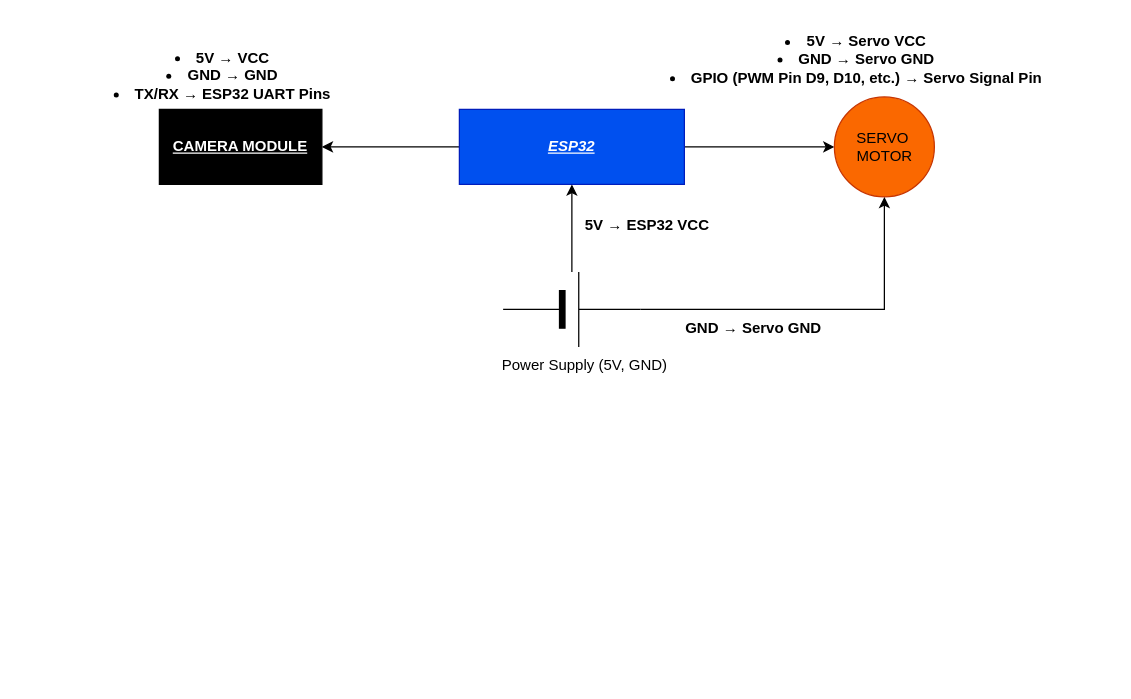
This is ROUGHCIRCUITDIAGRAM.drawio from CreatorDiv1312/Strawberry, a draw.io file, before an edit. Source tidied: cells renumbered, new cells numbered last; positions are measured from the earlier drawing's top-left corner, leaving out a move shared by most shapes. Both pictures are drawn from the tidied source at 125%, with x=0, y=0 at pixel (96, 21).
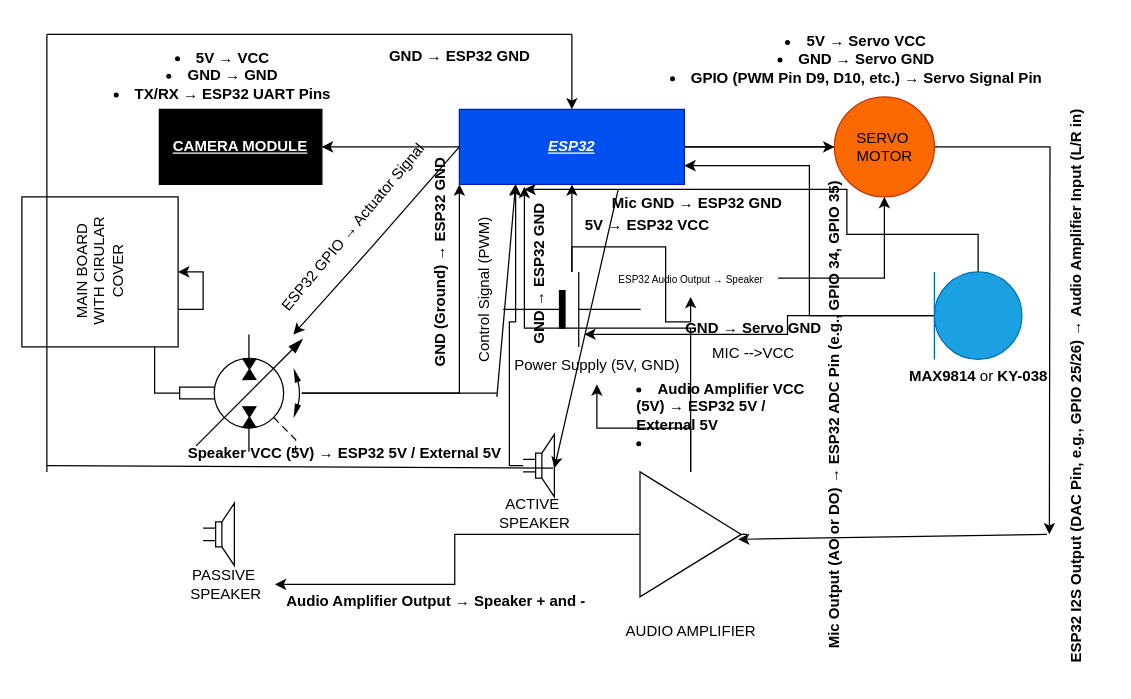
The same diagram, later.

The change refers to these unchanged cells:
```xml
<mxCell id="4" value="ESP32" style="rounded=0;whiteSpace=wrap;html=1;fillColor=#0050ef;strokeColor=#001DBC;fontColor=#ffffff;fontStyle=7;" parent="1" vertex="1">
  <mxGeometry x="290" y="70" width="180" height="60" as="geometry" />
</mxCell>
<mxCell id="6" value="SERVO&amp;nbsp;&lt;div&gt;MOTOR&lt;/div&gt;" style="verticalLabelPosition=middle;shadow=0;dashed=0;align=center;html=1;verticalAlign=middle;strokeWidth=1;shape=ellipse;fontSize=12;fillColor=#fa6800;fontColor=#000000;strokeColor=#C73500;" parent="1" vertex="1">
  <mxGeometry x="590" y="60" width="80" height="80" as="geometry" />
</mxCell>
<mxCell id="9" style="verticalLabelPosition=bottom;shadow=0;dashed=0;align=center;fillColor=strokeColor;html=1;verticalAlign=top;strokeWidth=1;shape=mxgraph.electrical.miscellaneous.monocell_battery;" parent="1" vertex="1">
  <mxGeometry x="325" y="200" width="110" height="60" as="geometry" />
</mxCell>
```

Diff of the diagram source:
```diff
@@
+    <mxCell id="15" style="edgeStyle=orthogonalEdgeStyle;rounded=0;jettySize=auto;html=1;" parent="1" edge="1" source="4">
+      <mxGeometry relative="1" as="geometry">
+        <mxPoint x="762" y="410" as="targetPoint" />
+      </mxGeometry>
+    </mxCell>
@@
-    <mxCell id="8" style="edgeStyle=orthogonalEdgeStyle;rounded=0;jettySize=auto;html=1;" parent="1" edge="1" source="9" target="6">
+    <mxCell id="8" style="edgeStyle=orthogonalEdgeStyle;rounded=0;jettySize=auto;html=1;" parent="1" edge="1" source="49" target="6">
       <mxGeometry relative="1" as="geometry" />
     </mxCell>
@@
     <mxCell id="10" value="Power Supply (5V, GND)" style="text;html=1;align=center;verticalAlign=middle;points=[];strokeColor=none;fillColor=none;" parent="1" vertex="1">
-      <mxGeometry x="310" y="260" width="160" height="30" as="geometry" />
+      <mxGeometry x="320" y="260" width="160" height="30" as="geometry" />
     </mxCell>
@@
+    <mxCell id="16" style="edgeStyle=orthogonalEdgeStyle;rounded=0;jettySize=auto;html=1;entryX=0;entryY=1;entryDx=0;entryDy=0;" parent="1" edge="1" source="18" target="4">
+      <mxGeometry relative="1" as="geometry" />
+    </mxCell>
+    <mxCell id="17" style="edgeStyle=orthogonalEdgeStyle;rounded=0;jettySize=auto;html=1;" parent="1" edge="1" source="18" target="19">
+      <mxGeometry relative="1" as="geometry" />
+    </mxCell>
+    <mxCell id="18" style="verticalLabelPosition=bottom;html=1;verticalAlign=top;fillColor=strokeColor;align=center;outlineConnect=0;shape=mxgraph.fluid_power.x11250;points=[[0.567,0,0],[0.567,1,0],[0.95,1,0]];" parent="1" vertex="1">
+      <mxGeometry x="66.2" y="250" width="97.7" height="93.9" as="geometry" />
+    </mxCell>
+    <mxCell id="19" value="MAIN BOARD&lt;div&gt;WITH CIRULAR COVER&lt;/div&gt;" style="rounded=0;whiteSpace=wrap;html=1;rotation=-90;" parent="1" vertex="1">
+      <mxGeometry x="-57.5" y="137.5" width="120" height="125" as="geometry" />
+    </mxCell>
+    <mxCell id="20" value="&lt;strong&gt;GND (Ground)&lt;/strong&gt; → &lt;strong&gt;ESP32 GND&lt;/strong&gt;" style="text;html=1;align=center;verticalAlign=middle;strokeColor=none;fillColor=none;rotation=-90;" parent="1" vertex="1">
+      <mxGeometry x="180" y="178" width="190" height="30" as="geometry" />
+    </mxCell>
+    <mxCell id="21" value="ESP32 GPIO → Actuator Signal" style="text;html=1;align=center;verticalAlign=middle;strokeColor=none;fillColor=none;rotation=-50;" parent="1" vertex="1">
+      <mxGeometry x="110" y="150" width="190" height="30" as="geometry" />
+    </mxCell>
+    <mxCell id="22" style="endArrow=classic;html=1;rounded=0;exitX=0;exitY=0.5;exitDx=0;exitDy=0;" parent="1" edge="1" source="4" target="18">
+      <mxGeometry relative="1" as="geometry">
+        <Array as="points">
+          <mxPoint x="220" y="180" />
+        </Array>
+      </mxGeometry>
+    </mxCell>
+    <mxCell id="23" style="endArrow=none;html=1;rounded=0;" parent="1" edge="1" source="18">
+      <mxGeometry relative="1" as="geometry">
+        <mxPoint x="320" y="297" as="targetPoint" />
+      </mxGeometry>
+    </mxCell>
+    <mxCell id="24" style="endArrow=classic;html=1;rounded=0;entryX=0.25;entryY=1;entryDx=0;entryDy=0;" parent="1" edge="1" target="4">
+      <mxGeometry relative="1" as="geometry">
+        <mxPoint x="320" y="300" as="sourcePoint" />
+      </mxGeometry>
+    </mxCell>
+    <mxCell id="25" value="Control Signal (PWM)" style="text;html=1;align=center;verticalAlign=middle;strokeColor=none;fillColor=none;rotation=-90;" parent="1" vertex="1">
+      <mxGeometry x="240" y="200" width="140" height="30" as="geometry" />
+    </mxCell>
+    <mxCell id="26" style="edgeStyle=orthogonalEdgeStyle;rounded=0;jettySize=auto;html=1;entryX=0.591;entryY=0.833;entryDx=0;entryDy=0;entryPerimeter=0;" parent="1" edge="1" source="29" target="9">
+      <mxGeometry relative="1" as="geometry" />
+    </mxCell>
+    <mxCell id="27" style="edgeStyle=orthogonalEdgeStyle;rounded=0;jettySize=auto;html=1;entryX=0.289;entryY=1.067;entryDx=0;entryDy=0;entryPerimeter=0;" parent="1" edge="1" source="29" target="4">
+      <mxGeometry relative="1" as="geometry">
+        <Array as="points">
+          <mxPoint x="705" y="170" />
+          <mxPoint x="600" y="170" />
+          <mxPoint x="600" y="134" />
+        </Array>
+      </mxGeometry>
+    </mxCell>
+    <mxCell id="28" style="edgeStyle=orthogonalEdgeStyle;rounded=0;jettySize=auto;html=1;entryX=1;entryY=0.75;entryDx=0;entryDy=0;" parent="1" edge="1" source="29" target="4">
+      <mxGeometry relative="1" as="geometry" />
+    </mxCell>
+    <mxCell id="29" value="&lt;font style=&quot;color: rgb(0, 0, 0);&quot;&gt;&lt;strong&gt;MAX9814&lt;/strong&gt; or &lt;strong&gt;KY-038&lt;/strong&gt;&lt;/font&gt;" style="verticalLabelPosition=bottom;shadow=0;dashed=0;align=center;html=1;verticalAlign=top;shape=mxgraph.electrical.radio.microphone_1;fillColor=#1ba1e2;fontColor=#ffffff;strokeColor=#006EAF;" parent="1" vertex="1">
+      <mxGeometry x="670" y="200" width="70" height="70" as="geometry" />
+    </mxCell>
+    <mxCell id="30" value="MIC --&amp;gt;VCC" style="text;html=1;align=center;verticalAlign=middle;strokeColor=none;fillColor=none;" parent="1" vertex="1">
+      <mxGeometry x="480" y="250" width="90" height="30" as="geometry" />
+    </mxCell>
+    <mxCell id="31" value="&lt;strong&gt;Mic GND&lt;/strong&gt; → &lt;strong&gt;ESP32 GND&lt;/strong&gt;" style="text;html=1;align=center;verticalAlign=middle;strokeColor=none;fillColor=none;" parent="1" vertex="1">
+      <mxGeometry x="400" y="130" width="160" height="30" as="geometry" />
+    </mxCell>
+    <mxCell id="32" value="&lt;strong&gt;Mic Output (AO or DO)&lt;/strong&gt; → &lt;strong&gt;ESP32 ADC Pin (e.g., GPIO 34, GPIO 35)&lt;/strong&gt;" style="text;html=1;align=center;verticalAlign=middle;strokeColor=none;fillColor=none;rotation=-90;" parent="1" vertex="1">
+      <mxGeometry x="390" y="300" width="400" height="30" as="geometry" />
+    </mxCell>
+    <mxCell id="33" style="verticalLabelPosition=bottom;shadow=0;dashed=0;align=center;html=1;verticalAlign=top;shape=mxgraph.electrical.electro-mechanical.loudspeaker;" parent="1" vertex="1">
+      <mxGeometry x="85" y="385" width="25" height="50" as="geometry" />
+    </mxCell>
+    <mxCell id="34" style="edgeStyle=orthogonalEdgeStyle;rounded=0;jettySize=auto;html=1;" parent="1" edge="1" source="37" target="38">
+      <mxGeometry relative="1" as="geometry" />
+    </mxCell>
+    <mxCell id="35" style="edgeStyle=orthogonalEdgeStyle;rounded=0;jettySize=auto;html=1;" parent="1" edge="1" source="37" target="10">
+      <mxGeometry relative="1" as="geometry" />
+    </mxCell>
+    <mxCell id="36" style="edgeStyle=orthogonalEdgeStyle;rounded=0;jettySize=auto;html=1;entryX=0.289;entryY=1.033;entryDx=0;entryDy=0;entryPerimeter=0;" parent="1" edge="1" source="37" target="4">
+      <mxGeometry relative="1" as="geometry" />
+    </mxCell>
+    <mxCell id="37" value="&#10;&lt;span style=&quot;color: rgb(0, 0, 0); font-family: Helvetica; font-size: 12px; font-style: normal; font-variant-ligatures: normal; font-variant-caps: normal; font-weight: 400; letter-spacing: normal; orphans: 2; text-align: center; text-indent: 0px; text-transform: none; widows: 2; word-spacing: 0px; -webkit-text-stroke-width: 0px; white-space: nowrap; background-color: rgb(251, 251, 251); text-decoration-thickness: initial; text-decoration-style: initial; text-decoration-color: initial; display: inline !important; float: none;&quot;&gt;AUDIO AMPLIFIER&lt;/span&gt;&#10;&#10;" style="verticalLabelPosition=bottom;shadow=0;dashed=0;align=center;html=1;verticalAlign=top;shape=mxgraph.electrical.abstract.amplifier;" parent="1" vertex="1">
+      <mxGeometry x="430" y="360" width="90" height="100" as="geometry" />
+    </mxCell>
+    <mxCell id="38" value="PASSIVE&amp;nbsp;&lt;div&gt;SPEAKER&lt;/div&gt;" style="text;html=1;align=center;verticalAlign=middle;points=[];strokeColor=none;fillColor=none;" parent="1" vertex="1">
+      <mxGeometry x="62.5" y="430" width="80" height="40" as="geometry" />
+    </mxCell>
+    <mxCell id="39" style="endArrow=classic;html=1;rounded=0;entryX=0.922;entryY=0.54;entryDx=0;entryDy=0;entryPerimeter=0;" parent="1" edge="1" target="37">
+      <mxGeometry relative="1" as="geometry">
+        <mxPoint x="760" y="410" as="sourcePoint" />
+      </mxGeometry>
+    </mxCell>
+    <mxCell id="40" value="&lt;strong&gt;ESP32 I2S Output (DAC Pin, e.g., GPIO 25/26)&lt;/strong&gt; → &lt;strong&gt;Audio Amplifier Input (L/R in)&lt;/strong&gt;" style="text;whiteSpace=wrap;html=1;rotation=270;" parent="1" vertex="1">
+      <mxGeometry x="560" y="265" width="460" height="40" as="geometry" />
+    </mxCell>
+    <mxCell id="41" value="&lt;strong&gt;Audio Amplifier Output&lt;/strong&gt; → &lt;strong&gt;Speaker + and -&lt;/strong&gt;" style="text;whiteSpace=wrap;html=1;" parent="1" vertex="1">
+      <mxGeometry x="150" y="450" width="270" height="40" as="geometry" />
+    </mxCell>
+    <mxCell id="42" value="&lt;li&gt;&lt;strong&gt;Audio Amplifier VCC (5V)&lt;/strong&gt; → &lt;strong&gt;ESP32 5V / External 5V&lt;/strong&gt;&lt;/li&gt;&lt;li&gt;&lt;/li&gt;" style="text;whiteSpace=wrap;html=1;" parent="1" vertex="1">
+      <mxGeometry x="430" y="280" width="140" height="10" as="geometry" />
+    </mxCell>
+    <mxCell id="43" value="&lt;strong&gt;GND&lt;/strong&gt; → &lt;strong&gt;ESP32 GND&lt;/strong&gt;" style="text;whiteSpace=wrap;html=1;rotation=270;" parent="1" vertex="1">
+      <mxGeometry x="300" y="180" width="120" height="40" as="geometry" />
+    </mxCell>
+    <mxCell id="44" style="edgeStyle=orthogonalEdgeStyle;rounded=0;jettySize=auto;html=1;entryX=0.25;entryY=1;entryDx=0;entryDy=0;" parent="1" edge="1" source="45" target="4">
+      <mxGeometry relative="1" as="geometry">
+        <Array as="points">
+          <mxPoint x="330" y="355" />
+          <mxPoint x="330" y="240" />
+          <mxPoint x="335" y="240" />
+        </Array>
+      </mxGeometry>
+    </mxCell>
+    <mxCell id="45" style="verticalLabelPosition=bottom;shadow=0;dashed=0;align=center;html=1;verticalAlign=top;shape=mxgraph.electrical.electro-mechanical.loudspeaker;" parent="1" vertex="1">
+      <mxGeometry x="341" y="330" width="25" height="50" as="geometry" />
+    </mxCell>
+    <mxCell id="46" value="ACTIVE&amp;nbsp;&lt;div&gt;SPEAKER&lt;/div&gt;" style="text;html=1;align=center;verticalAlign=middle;strokeColor=none;fillColor=none;" parent="1" vertex="1">
+      <mxGeometry x="310" y="373" width="80" height="40" as="geometry" />
+    </mxCell>
+    <mxCell id="47" style="endArrow=classic;html=1;rounded=0;exitX=0.706;exitY=1.067;exitDx=0;exitDy=0;exitPerimeter=0;entryX=1;entryY=0.54;entryDx=0;entryDy=0;entryPerimeter=0;" parent="1" edge="1" source="4" target="45">
+      <mxGeometry relative="1" as="geometry" />
+    </mxCell>
+    <mxCell id="48" style="edgeStyle=orthogonalEdgeStyle;rounded=0;jettySize=auto;html=1;" parent="1" edge="1" source="9" target="49">
+      <mxGeometry relative="1" as="geometry" />
+    </mxCell>
+    <mxCell id="49" value="&lt;font style=&quot;font-size: 8px; color: rgb(0, 0, 0);&quot;&gt;ESP32 Audio Output → Speaker&lt;/font&gt;" style="text;html=1;align=center;verticalAlign=middle;points=[];strokeColor=none;fillColor=none;rotation=0;" parent="1" vertex="1">
+      <mxGeometry x="405" y="190" width="140" height="30" as="geometry" />
+    </mxCell>
+    <mxCell id="50" value="&lt;strong&gt;Speaker VCC (5V)&lt;/strong&gt; → &lt;strong&gt;ESP32 5V / External 5V&lt;/strong&gt;" style="text;html=1;align=center;verticalAlign=middle;strokeColor=none;fillColor=none;" parent="1" vertex="1">
+      <mxGeometry x="62.5" y="330" width="270" height="30" as="geometry" />
+    </mxCell>
+    <mxCell id="51" style="endArrow=none;html=1;rounded=0;exitX=0.96;exitY=0.54;exitDx=0;exitDy=0;exitPerimeter=0;" parent="1" edge="1" source="45">
+      <mxGeometry relative="1" as="geometry">
+        <mxPoint x="-40" y="355" as="targetPoint" />
+      </mxGeometry>
+    </mxCell>
+    <mxCell id="52" style="endArrow=none;html=1;rounded=0;" parent="1" edge="1">
+      <mxGeometry relative="1" as="geometry">
+        <mxPoint x="-40" y="360" as="sourcePoint" />
+        <mxPoint x="-40" y="10" as="targetPoint" />
+      </mxGeometry>
+    </mxCell>
+    <mxCell id="53" style="endArrow=none;html=1;rounded=0;" parent="1" edge="1">
+      <mxGeometry relative="1" as="geometry">
+        <mxPoint x="-40" y="10" as="sourcePoint" />
+        <mxPoint x="380" y="10" as="targetPoint" />
+      </mxGeometry>
+    </mxCell>
+    <mxCell id="54" style="endArrow=classic;html=1;rounded=0;entryX=0.5;entryY=0;entryDx=0;entryDy=0;" parent="1" edge="1" target="4">
+      <mxGeometry relative="1" as="geometry">
+        <mxPoint x="380" y="10" as="sourcePoint" />
+      </mxGeometry>
+    </mxCell>
+    <mxCell id="55" value="&lt;strong&gt;GND&lt;/strong&gt; → &lt;strong&gt;ESP32 GND&lt;/strong&gt;" style="text;html=1;align=center;verticalAlign=middle;strokeColor=none;fillColor=none;" parent="1" vertex="1">
+      <mxGeometry x="220" y="13" width="140" height="30" as="geometry" />
+    </mxCell>
```
